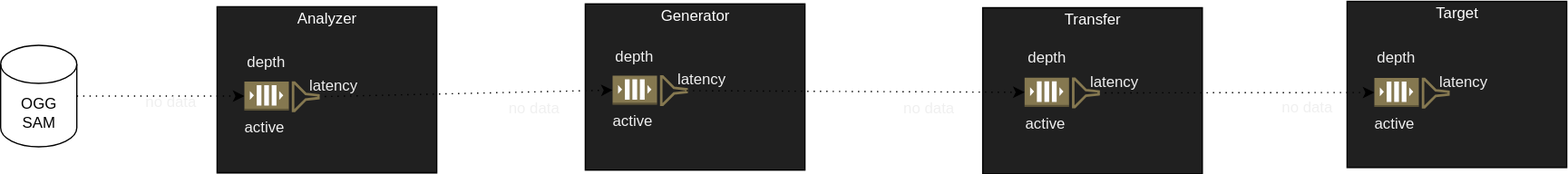
Earlier version of the draw.io export testgraph.svg (hectick/testing). Source tidied: cells renumbered, new cells last; positions are measured from the earlier drawing's top-left corner, leaving out a move shared by most shapes.
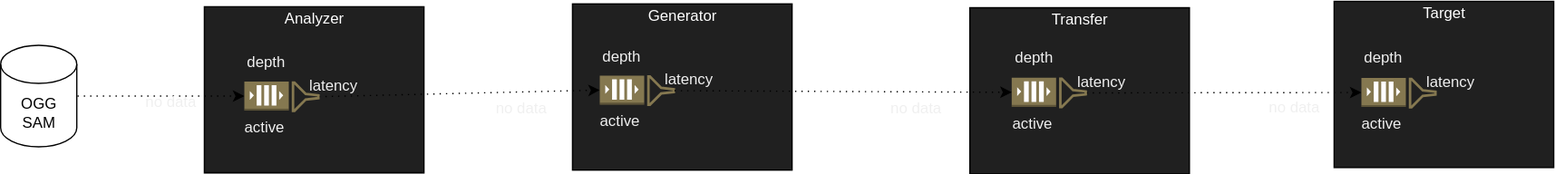
The same file after the commit.

Change to the diagram source:
```diff
@@ -14,16 +14,16 @@
     <mxCell id="5" value="no data" style="text;html=1;align=left;verticalAlign=middle;fontColor=#f0f0f0;" parent="1" vertex="1">
       <mxGeometry x="1007" y="73" width="60" height="20" as="geometry" />
     </mxCell>
-    <mxCell id="6" style="endArrow=classic;html=1;rounded=1;entryX=0;entryY=0.5;entryDx=0;entryDy=0;entryPerimeter=0;dashed=1;dashPattern=1 4;exitX=0.5;exitY=1;exitDx=0;exitDy=0;exitPerimeter=0;" parent="1" edge="1" source="29" target="16">
+    <mxCell id="6" style="endArrow=classic;html=1;rounded=1;entryX=0;entryY=0.5;entryDx=0;entryDy=0;entryPerimeter=0;dashed=1;dashPattern=1 4;exitX=0.5;exitY=1;exitDx=0;exitDy=0;exitPerimeter=0;flowAnimation=1;" parent="1" edge="1" source="29" target="16">
       <mxGeometry relative="1" as="geometry" />
     </mxCell>
     <mxCell id="7" value="&lt;div style=&quot;box-sizing: border-box ; width: 100% ; padding: 2px&quot;&gt;&lt;font color=&quot;#ffffff&quot;&gt;Generator&lt;/font&gt;&lt;/div&gt;" style="verticalAlign=top;align=center;overflow=fill;html=1;labelBackgroundColor=#202020;labelBorderColor=none;fillColor=#030303;strokeWidth=2;" parent="1" vertex="1">
       <mxGeometry x="461" y="2" width="172" height="130" as="geometry" />
     </mxCell>
-    <mxCell id="8" style="endArrow=classic;html=1;rounded=1;dashed=1;dashPattern=1 4;exitX=0.5;exitY=1;exitDx=0;exitDy=0;exitPerimeter=0;entryX=0;entryY=0.5;entryDx=0;entryDy=0;entryPerimeter=0;" parent="1" edge="1" source="22" target="37">
+    <mxCell id="8" style="endArrow=classic;html=1;rounded=1;dashed=1;dashPattern=1 4;exitX=0.5;exitY=1;exitDx=0;exitDy=0;exitPerimeter=0;entryX=0;entryY=0.5;entryDx=0;entryDy=0;entryPerimeter=0;flowAnimation=1;" parent="1" edge="1" source="22" target="37">
       <mxGeometry relative="1" as="geometry" />
     </mxCell>
-    <mxCell id="9" style="endArrow=classic;html=1;rounded=1;dashed=1;dashPattern=1 4;exitX=1;exitY=0.5;exitDx=0;exitDy=0;exitPerimeter=0;entryX=0;entryY=0.5;entryDx=0;entryDy=0;entryPerimeter=0;" parent="1" edge="1" source="42" target="23">
+    <mxCell id="9" style="endArrow=classic;html=1;rounded=1;dashed=1;dashPattern=1 4;exitX=1;exitY=0.5;exitDx=0;exitDy=0;exitPerimeter=0;entryX=0;entryY=0.5;entryDx=0;entryDy=0;entryPerimeter=0;flowAnimation=1;" parent="1" edge="1" source="42" target="23">
       <mxGeometry relative="1" as="geometry" />
     </mxCell>
     <mxCell id="10" value="no data" style="text;html=1;align=left;verticalAlign=middle;fontColor=#f0f0f0;" parent="1" vertex="1">
@@ -54,7 +54,7 @@
       <mxGeometry x="2" width="50" height="30" as="geometry" />
     </mxCell>
     <mxCell id="19" style="group;" parent="1" vertex="1">
-      <mxGeometry x="190" y="32.2" width="111" height="81.5" as="geometry" />
+      <mxGeometry x="200" y="32.2" width="111" height="81.5" as="geometry" />
     </mxCell>
     <mxCell id="20" value="latency" style="text;html=1;align=left;verticalAlign=middle;fontColor=#f0f0f0;" parent="19" vertex="1">
       <mxGeometry x="51" y="18.4" width="60" height="30" as="geometry" />
@@ -116,14 +116,14 @@
     <mxCell id="39" value="depth" style="text;html=1;align=left;verticalAlign=middle;fontColor=#f0f0f0;" parent="33" vertex="1">
       <mxGeometry x="2" width="50" height="30" as="geometry" />
     </mxCell>
-    <mxCell id="40" style="endArrow=classic;html=1;entryX=0;entryY=0.5;entryDx=0;entryDy=0;entryPerimeter=0;rounded=1;dashed=1;dashPattern=1 4;exitX=0.5;exitY=1;exitDx=0;exitDy=0;exitPerimeter=0;" parent="1" edge="1" source="36" target="30">
+    <mxCell id="40" style="endArrow=classic;html=1;entryX=0;entryY=0.5;entryDx=0;entryDy=0;entryPerimeter=0;rounded=1;dashed=1;dashPattern=1 4;exitX=0.5;exitY=1;exitDx=0;exitDy=0;exitPerimeter=0;flowAnimation=1;" parent="1" edge="1" source="36" target="30">
       <mxGeometry relative="1" as="geometry" />
     </mxCell>
     <mxCell id="41" value="no data" style="text;html=1;align=left;verticalAlign=middle;fontColor=#f0f0f0;" parent="1" vertex="1">
-      <mxGeometry x="112" y="69" width="60" height="20" as="geometry" />
+      <mxGeometry x="122" y="69" width="60" height="20" as="geometry" />
     </mxCell>
     <mxCell id="42" value="OGG&lt;div&gt;SAM&lt;/div&gt;" style="shape=cylinder3;whiteSpace=wrap;html=1;boundedLbl=1;backgroundOutline=1;size=15;" parent="1" vertex="1">
-      <mxGeometry y="34.2" width="60" height="80" as="geometry" />
+      <mxGeometry x="10" y="34.2" width="60" height="80" as="geometry" />
     </mxCell>
   </root>
 </mxGraphModel>
```
